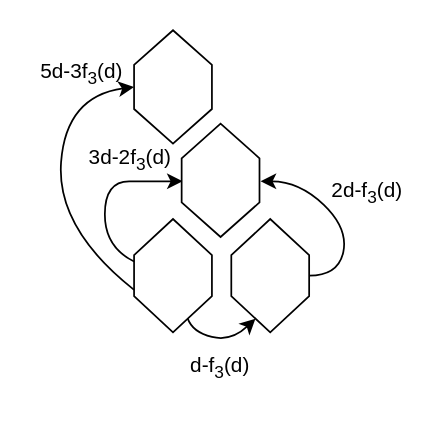
The draw.io diagram page "WickiHayden" (3 of 6) of layouts/isomorphic_layouts.drawio in carlhenrikrolf/microtonOS, before the edit. Source tidied: cells renumbered, new cells numbered last; positions are measured from the earlier drawing's top-left corner, leaving out a move shared by most shapes. Both pictures are drawn from the tidied source at 173%, with x=0, y=0 at pixel (29, 29).
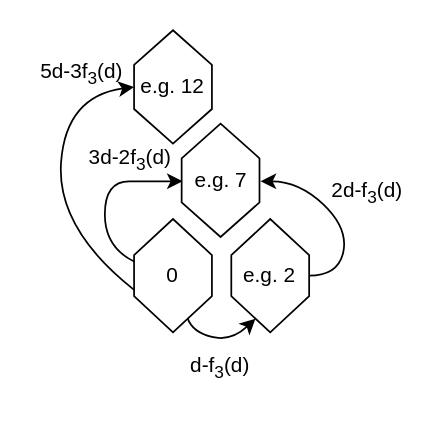
After the change.

The change refers to these unchanged cells:
```xml
<mxCell id="2" style="group;" parent="1" vertex="1">
  <mxGeometry x="15" width="190" height="180" as="geometry" />
</mxCell>
```

What changed in the source:
```diff
@@
-    <mxCell id="3" style="shape=hexagon;perimeter=hexagonPerimeter2;whiteSpace=wrap;html=1;fixedSize=1;direction=south;size=20.909090909090963;" parent="2" vertex="1">
+    <mxCell id="3" value="0" style="shape=hexagon;perimeter=hexagonPerimeter2;whiteSpace=wrap;html=1;fixedSize=1;direction=south;size=20.909090909090963;" parent="2" vertex="1">
       <mxGeometry x="45" y="109.1" width="45" height="65.5" as="geometry" />
     </mxCell>
-    <mxCell id="4" style="shape=hexagon;perimeter=hexagonPerimeter2;whiteSpace=wrap;html=1;fixedSize=1;direction=south;size=20.90909090909099;" parent="2" vertex="1">
+    <mxCell id="4" value="e.g. 2" style="shape=hexagon;perimeter=hexagonPerimeter2;whiteSpace=wrap;html=1;fixedSize=1;direction=south;size=20.90909090909099;" parent="2" vertex="1">
       <mxGeometry x="101.2" y="109.1" width="45" height="65.5" as="geometry" />
     </mxCell>
-    <mxCell id="5" style="shape=hexagon;perimeter=hexagonPerimeter2;whiteSpace=wrap;html=1;fixedSize=1;direction=south;size=20;" parent="2" vertex="1">
+    <mxCell id="5" value="e.g. 12" style="shape=hexagon;perimeter=hexagonPerimeter2;whiteSpace=wrap;html=1;fixedSize=1;direction=south;size=20;" parent="2" vertex="1">
       <mxGeometry x="45" width="45" height="65.5" as="geometry" />
     </mxCell>
@@
-    <mxCell id="10" style="shape=hexagon;perimeter=hexagonPerimeter2;whiteSpace=wrap;html=1;fixedSize=1;direction=south;size=20;" parent="2" vertex="1">
+    <mxCell id="10" value="e.g. 7" style="shape=hexagon;perimeter=hexagonPerimeter2;whiteSpace=wrap;html=1;fixedSize=1;direction=south;size=20;" parent="2" vertex="1">
       <mxGeometry x="72.5" y="54" width="45" height="65.5" as="geometry" />
     </mxCell>
```
